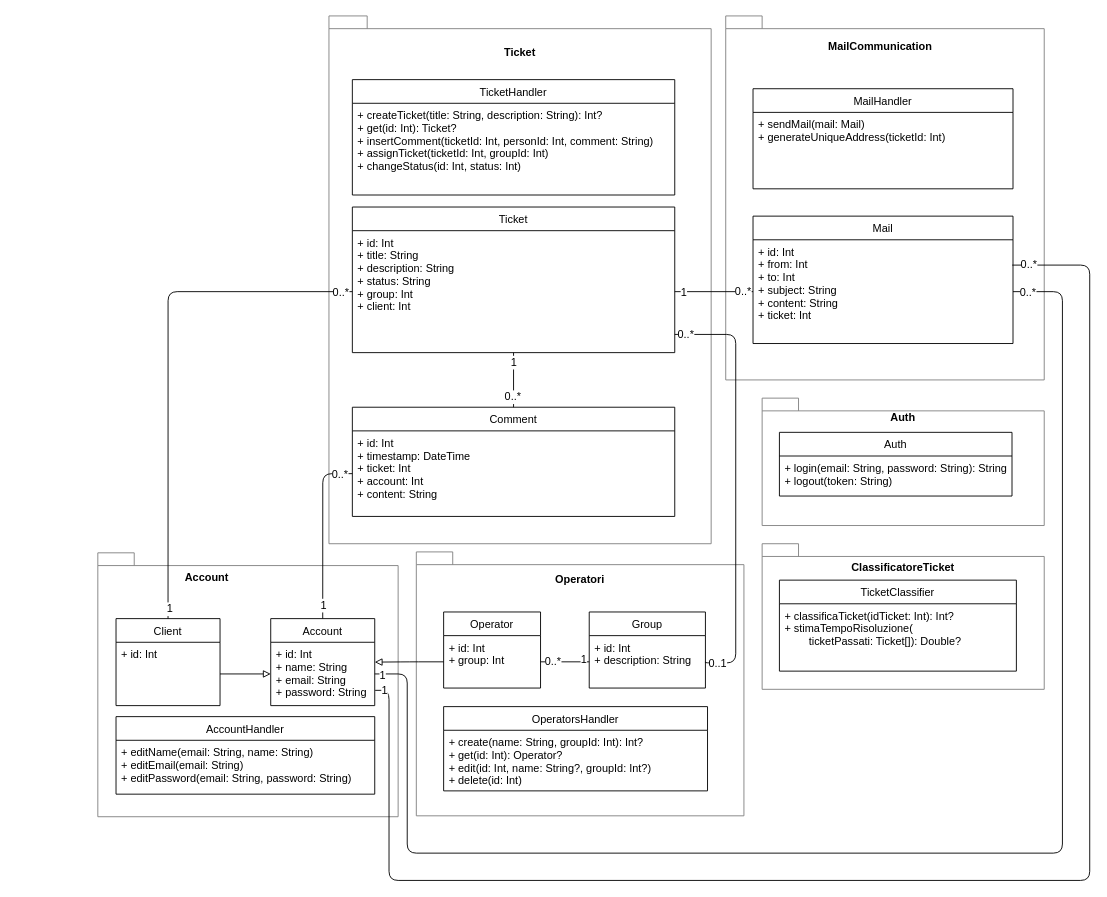
This is page "Class" (5 of 5) of docs/diagrammi.drawio from shxdow/aep, a draw.io file, before an edit. Source tidied: cells renumbered, new cells numbered last; positions are measured from the earlier drawing's top-left corner, leaving out a move shared by most shapes. Both pictures are drawn from the tidied source at 91%, with x=0, y=0 at pixel (15, 15).
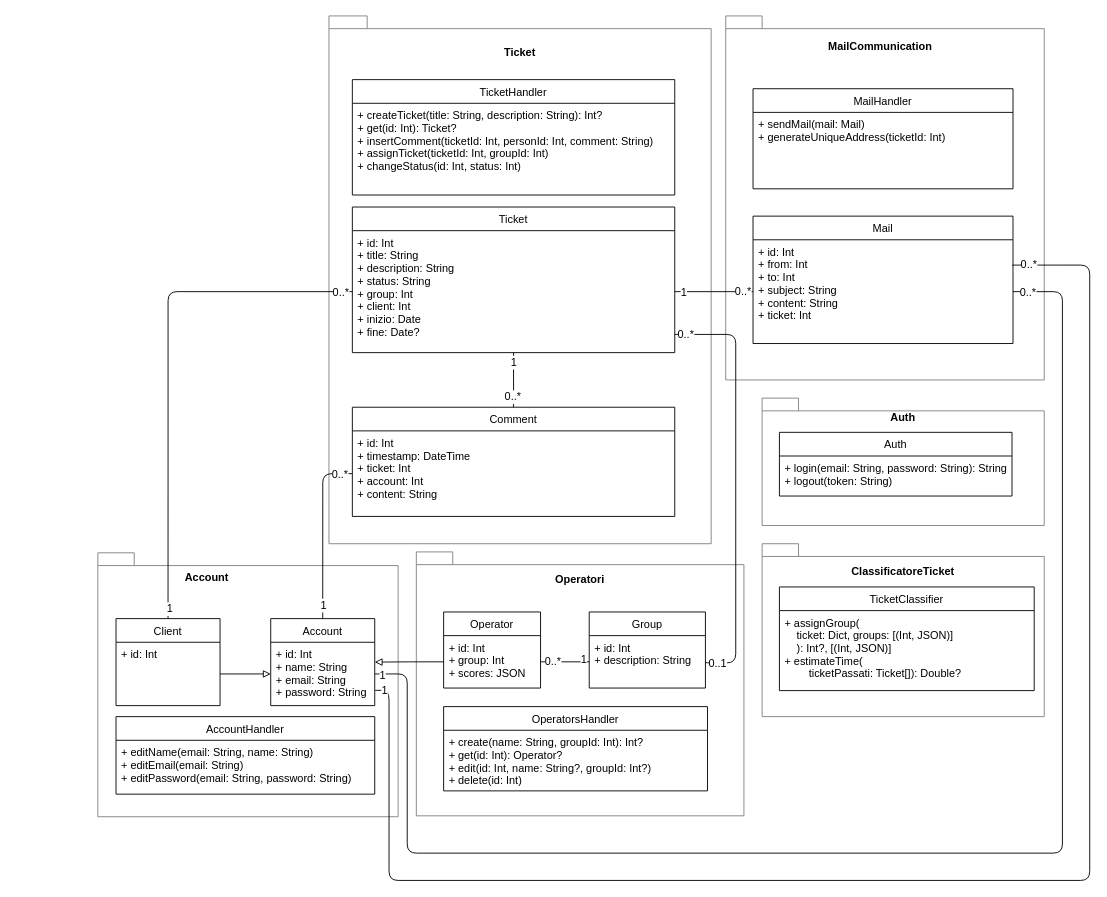
Above is the later version.

Unchanged cells that the change refers to:
```xml
<mxCell id="15" value="Ticket" style="swimlane;fontStyle=0;horizontal=1;startSize=26;fillColor=none;" parent="7" vertex="1">
  <mxGeometry x="25.7" y="210" width="354.3" height="160" as="geometry" />
</mxCell>
<mxCell id="36" value="Operator" style="swimlane;fontStyle=0;horizontal=1;startSize=26;fillColor=none;" parent="31" vertex="1">
  <mxGeometry x="30" y="66" width="106.5" height="83.6" as="geometry" />
</mxCell>
```

Diff of the diagram source:
```diff
@@
     <mxCell id="2" style="group;" parent="1" vertex="1">
-      <mxGeometry x="820" y="580" width="310" height="160" as="geometry" />
+      <mxGeometry x="820" y="580" width="310" height="190" as="geometry" />
     </mxCell>
     <mxCell id="3" value="&lt;p style=&quot;line-height: 0%&quot;&gt;&lt;br&gt;&lt;/p&gt;" style="shape=folder;fontStyle=1;spacingTop=10;tabWidth=40;tabHeight=14;tabPosition=left;html=1;align=center;strokeColor=#808080;" parent="2" vertex="1">
-      <mxGeometry width="310" height="160" as="geometry" />
+      <mxGeometry width="310" height="190" as="geometry" />
     </mxCell>
     <mxCell id="4" value="ClassificatoreTicket" style="text;align=center;fontStyle=1;verticalAlign=middle;spacingLeft=3;spacingRight=3;strokeColor=none;" parent="2" vertex="1">
-      <mxGeometry y="20" width="310" height="10.4" as="geometry" />
+      <mxGeometry y="23.8" width="310" height="12.3" as="geometry" />
     </mxCell>
     <mxCell id="5" value="TicketClassifier" style="swimlane;fontStyle=0;horizontal=1;startSize=26;fillColor=none;" parent="2" vertex="1">
-      <mxGeometry x="19" y="40" width="260.4" height="100" as="geometry" />
+      <mxGeometry x="19" y="47.5" width="280" height="113.9" as="geometry" />
     </mxCell>
-    <mxCell id="6" value="+ classificaTicket(idTicket: Int): Int?&#10;+ stimaTempoRisoluzione(&#10;        ticketPassati: Ticket[]): Double?" style="text;strokeColor=none;fillColor=none;align=left;verticalAlign=top;spacingLeft=4;spacingRight=4;overflow=hidden;" parent="5" vertex="1">
-      <mxGeometry y="26" width="260.4" height="74" as="geometry" />
+    <mxCell id="6" value="+ assignGroup(&#10;    ticket: Dict, groups: [(Int, JSON)]&#10;    ): Int?, [(Int, JSON)]&#10;+ estimateTime(&#10;        ticketPassati: Ticket[]): Double?" style="text;strokeColor=none;fillColor=none;align=left;verticalAlign=top;spacingLeft=4;spacingRight=4;overflow=hidden;" parent="5" vertex="1">
+      <mxGeometry y="26" width="280" height="87.9" as="geometry" />
     </mxCell>
@@
-    <mxCell id="16" value="+ id: Int&#10;+ title: String&#10;+ description: String&#10;+ status: String&#10;+ group: Int&#10;+ client: Int" style="text;strokeColor=none;fillColor=none;align=left;verticalAlign=top;spacingLeft=4;spacingRight=4;overflow=hidden;points=[[0,0.5],[1,0.5]];portConstraint=eastwest;" parent="15" vertex="1">
+    <mxCell id="16" value="+ id: Int&#10;+ title: String&#10;+ description: String&#10;+ status: String&#10;+ group: Int&#10;+ client: Int&#10;+ inizio: Date&#10;+ fine: Date?" style="text;strokeColor=none;fillColor=none;align=left;verticalAlign=top;spacingLeft=4;spacingRight=4;overflow=hidden;points=[[0,0.5],[1,0.5]];portConstraint=eastwest;" parent="15" vertex="1">
       <mxGeometry y="26" width="354.3" height="134" as="geometry" />
     </mxCell>
@@
-    <mxCell id="37" value="+ id: Int&#10;+ group: Int" style="text;strokeColor=none;fillColor=none;align=left;verticalAlign=top;spacingLeft=4;spacingRight=4;overflow=hidden;points=[[0,0.5],[1,0.5]];portConstraint=eastwest;" parent="36" vertex="1">
+    <mxCell id="37" value="+ id: Int&#10;+ group: Int&#10;+ scores: JSON" style="text;strokeColor=none;fillColor=none;align=left;verticalAlign=top;spacingLeft=4;spacingRight=4;overflow=hidden;points=[[0,0.5],[1,0.5]];portConstraint=eastwest;" parent="36" vertex="1">
       <mxGeometry y="26" width="106.5" height="57.6" as="geometry" />
     </mxCell>
```
